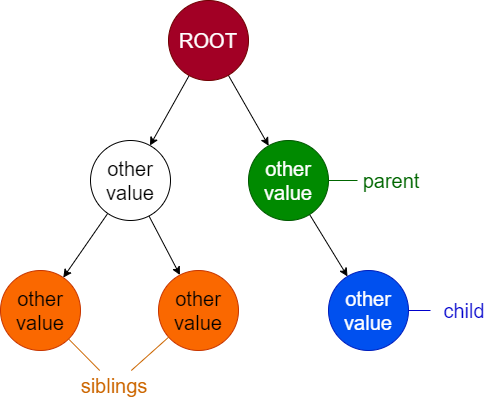
Above: drawio/ast_structure.drawio.png in sa-concept-refactoring/doc (draw.io), before the change. Source tidied: cells renumbered, new cells last; positions are measured from the earlier drawing's top-left corner, leaving out a move shared by most shapes.
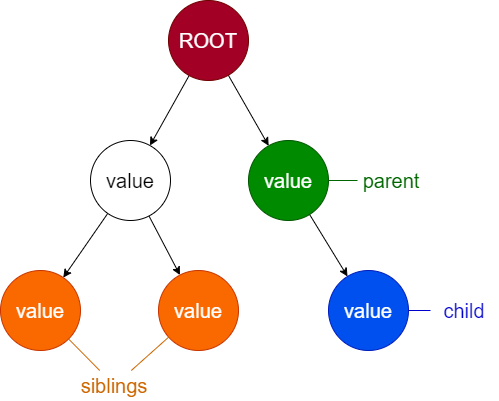
After the change.

Change to the diagram source:
```diff
@@ -17,22 +17,22 @@
     <mxCell id="6" style="edgeStyle=none;html=1;fontSize=20;" parent="1" edge="1" source="7" target="10">
       <mxGeometry relative="1" as="geometry" />
     </mxCell>
-    <mxCell id="7" value="other value" style="ellipse;whiteSpace=wrap;html=1;fontSize=20;" parent="1" vertex="1">
+    <mxCell id="7" value="value" style="ellipse;whiteSpace=wrap;html=1;fontSize=20;" parent="1" vertex="1">
       <mxGeometry x="90" y="140" width="80" height="80" as="geometry" />
     </mxCell>
     <mxCell id="8" style="edgeStyle=none;html=1;fontSize=20;" parent="1" edge="1" source="9" target="12">
       <mxGeometry relative="1" as="geometry" />
     </mxCell>
-    <mxCell id="9" value="other&lt;br&gt;value" style="ellipse;whiteSpace=wrap;html=1;fontSize=20;fillColor=#008a00;fontColor=#ffffff;strokeColor=#005700;" parent="1" vertex="1">
+    <mxCell id="9" value="value" style="ellipse;whiteSpace=wrap;html=1;fontSize=20;fillColor=#008a00;fontColor=#ffffff;strokeColor=#005700;" parent="1" vertex="1">
       <mxGeometry x="248" y="140" width="80" height="80" as="geometry" />
     </mxCell>
-    <mxCell id="10" value="other value" style="ellipse;whiteSpace=wrap;html=1;fontSize=20;fillColor=#fa6800;fontColor=#000000;strokeColor=#C73500;" parent="1" vertex="1">
+    <mxCell id="10" value="value" style="ellipse;whiteSpace=wrap;html=1;fontSize=20;fillColor=#fa6800;fontColor=#FFFFFF;strokeColor=#C73500;" parent="1" vertex="1">
       <mxGeometry y="270" width="80" height="80" as="geometry" />
     </mxCell>
-    <mxCell id="11" value="other value" style="ellipse;whiteSpace=wrap;html=1;fontSize=20;fillColor=#fa6800;fontColor=#000000;strokeColor=#C73500;" parent="1" vertex="1">
+    <mxCell id="11" value="value" style="ellipse;whiteSpace=wrap;html=1;fontSize=20;fillColor=#fa6800;fontColor=#FFFFFF;strokeColor=#C73500;" parent="1" vertex="1">
       <mxGeometry x="158" y="270" width="80" height="80" as="geometry" />
     </mxCell>
-    <mxCell id="12" value="other value" style="ellipse;whiteSpace=wrap;html=1;fontSize=20;fillColor=#0050ef;fontColor=#ffffff;strokeColor=#001DBC;" parent="1" vertex="1">
+    <mxCell id="12" value="value" style="ellipse;whiteSpace=wrap;html=1;fontSize=20;fillColor=#0050ef;fontColor=#ffffff;strokeColor=#001DBC;" parent="1" vertex="1">
       <mxGeometry x="328" y="270" width="80" height="80" as="geometry" />
     </mxCell>
     <mxCell id="13" style="edgeStyle=none;html=1;fontSize=20;endArrow=none;endFill=0;fontColor=#006600;labelBorderColor=none;strokeColor=#006600;" parent="1" edge="1" source="14" target="9">
```
